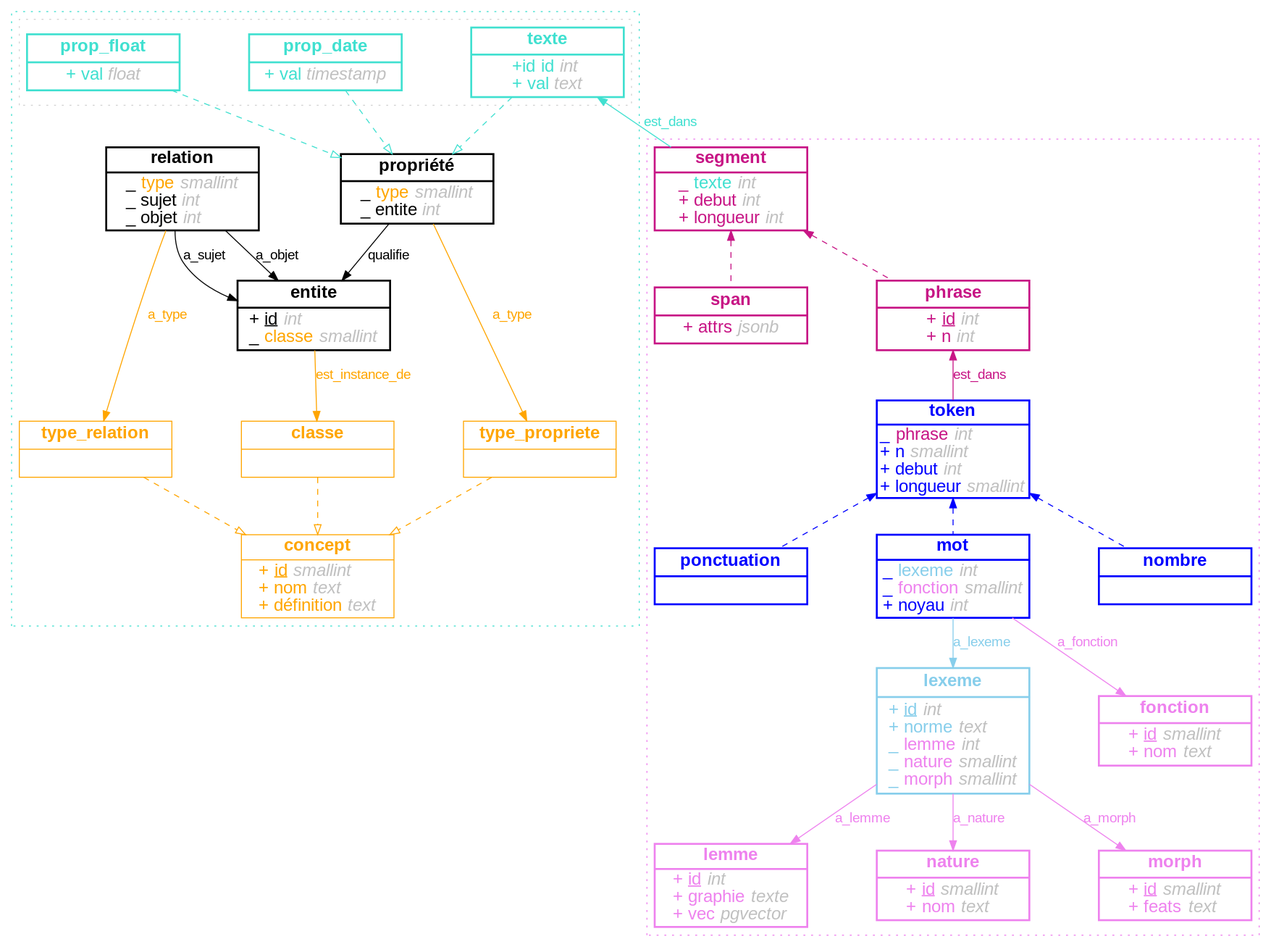
The Graphviz diagram img/diagram_records.dot.png in thjbdvlt/litteralement, before a commit. Its source is kept beside it as img/diagram_records.dot.
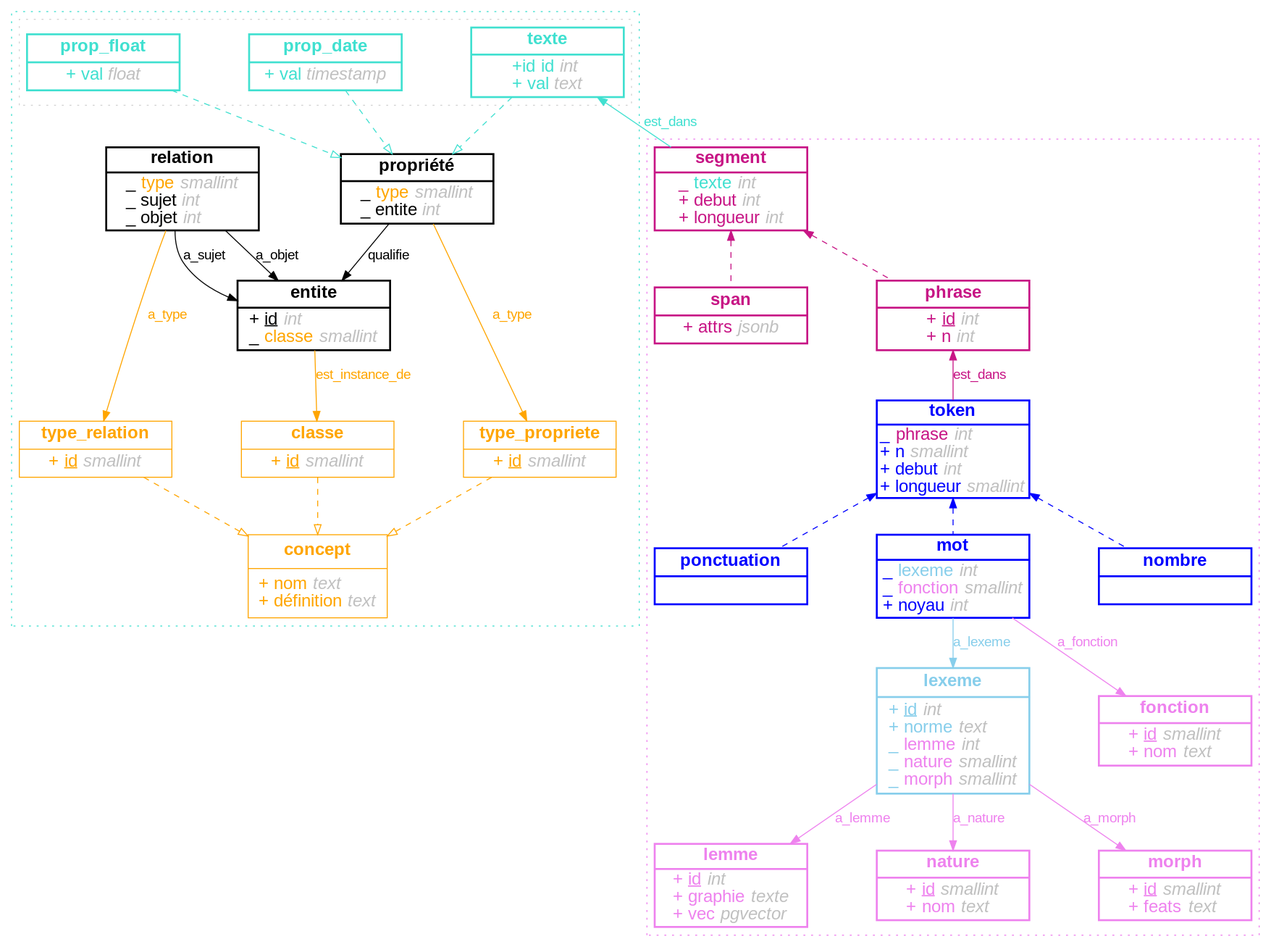
Above is the later version.

Diff of the diagram source:
```diff
@@ -60,7 +60,6 @@
             shape=record
             label= <{
 <b>concept</b> |
-+ <u>id</u> <i><font color="grey">smallint</font></i><br align="left"/>
 + nom <i><font color="grey">text</font></i><br align="left"/>
 + définition <i><font color="grey">text</font></i><br align="left"/>
 }>
@@ -69,7 +68,7 @@
             fontsize=18
             fontname=arial
             fixedsize=true
-            width=2.2
+            width=2.0
             height=1.2
         ]
 
@@ -78,6 +77,7 @@
             shape=record
             label= <{
 <b>classe</b> |
++ <u>id</u> <i><font color="grey">smallint</font></i><br align="left"/>
 }>
             color=orange
             fontcolor=orange
@@ -93,6 +93,7 @@
             shape=record
             label= <{
 <b>type_relation</b> |
++ <u>id</u> <i><font color="grey">smallint</font></i><br align="left"/>
 }>
             color=orange
             fontcolor=orange
@@ -108,6 +109,7 @@
             shape=record
             label= <{
 <b>type_propriete</b> |
++ <u>id</u> <i><font color="grey">smallint</font></i><br align="left"/>
 }>
             color=orange
             fontcolor=orange
```
